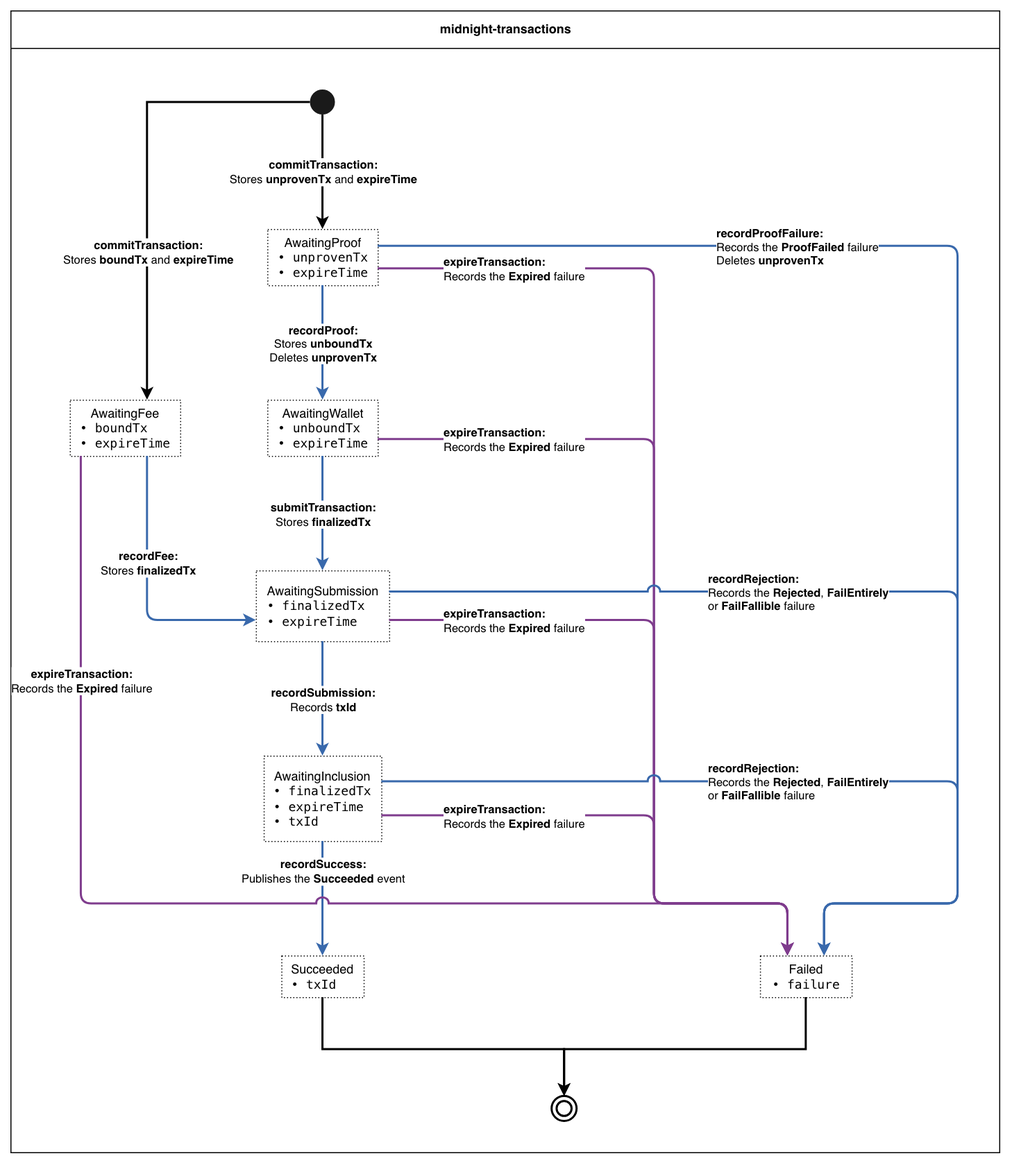
Above: docs/transaction-state-machine.drawio.png in sig-net/full-stack-demo (draw.io), before the change. Source tidied: cells renumbered, new cells last; positions are measured from the earlier drawing's top-left corner, leaving out a move shared by most shapes.
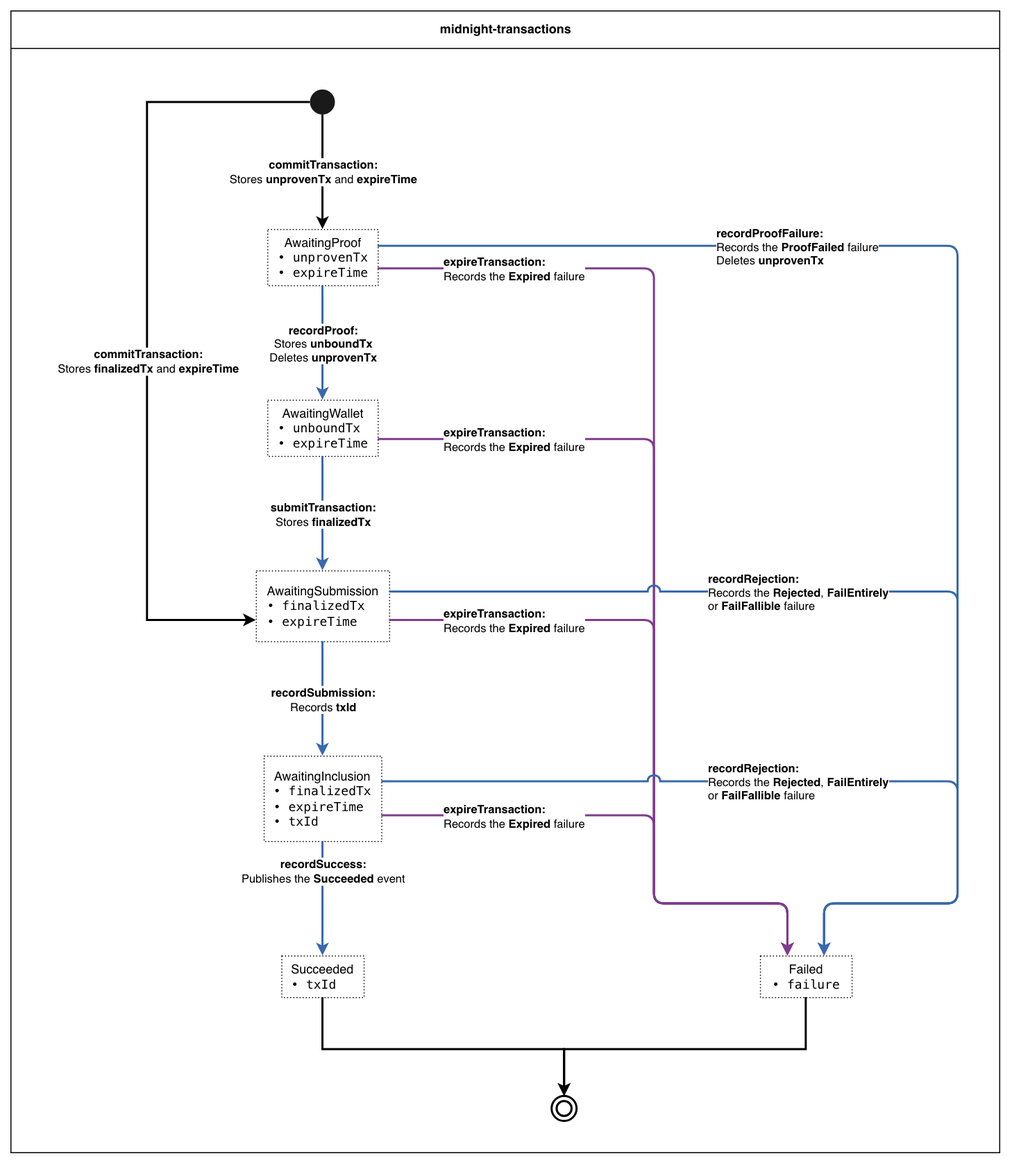
Above is the later version.

Diff of the diagram source:
```diff
@@ -17,9 +17,6 @@
     <mxCell id="6" value="AwaitingWallet&lt;div style=&quot;font-family: Menlo, Monaco, 'Courier New', monospace; font-size: 12px; text-align: left;&quot;&gt;• unboundTx&lt;br&gt;• expireTime&lt;/div&gt;" style="rounded=0;whiteSpace=wrap;html=1;fillColor=none;dashed=1;dashPattern=1 2;strokeColor=default;verticalAlign=middle;align=center;spacingLeft=8;spacingRight=8;spacingTop=6;spacingBottom=6;" parent="2" vertex="1">
       <mxGeometry x="246.7" y="374" width="106" height="54" as="geometry" />
     </mxCell>
-    <mxCell id="7" value="AwaitingFee&lt;div style=&quot;font-family: Menlo, Monaco, 'Courier New', monospace; font-size: 12px; text-align: left;&quot;&gt;• boundTx&lt;br&gt;• expireTime&lt;/div&gt;" style="rounded=0;whiteSpace=wrap;html=1;fillColor=none;dashed=1;dashPattern=1 2;strokeColor=default;verticalAlign=middle;align=center;spacingLeft=8;spacingRight=8;spacingTop=6;spacingBottom=6;" parent="2" vertex="1">
-      <mxGeometry x="57" y="374" width="106" height="54" as="geometry" />
-    </mxCell>
     <mxCell id="8" value="AwaitingSubmission&lt;div style=&quot;font-family: Menlo, Monaco, 'Courier New', monospace; font-size: 12px; text-align: left;&quot;&gt;• finalizedTx&lt;br&gt;• expireTime&lt;/div&gt;" style="rounded=0;whiteSpace=wrap;html=1;fillColor=none;dashed=1;dashPattern=1 2;strokeColor=default;verticalAlign=middle;align=center;spacingLeft=8;spacingRight=8;spacingTop=6;spacingBottom=6;" parent="2" vertex="1">
       <mxGeometry x="235.7" y="538" width="128" height="68" as="geometry" />
     </mxCell>
@@ -179,36 +176,16 @@
         </Array>
       </mxGeometry>
     </mxCell>
-    <mxCell id="39" style="html=1;rounded=0;strokeWidth=2;exitX=0;exitY=0.5;exitDx=0;exitDy=0;entryX=0.7;entryY=0;entryDx=0;entryDy=0;" parent="2" edge="1" source="4" target="7">
-      <mxGeometry relative="1" as="geometry">
-        <Array as="points">
-          <mxPoint x="131.2" y="88" />
-        </Array>
-      </mxGeometry>
-    </mxCell>
-    <mxCell id="40" value="&lt;b&gt;commitTransaction:&lt;/b&gt;&lt;br&gt;Stores &lt;b&gt;boundTx&lt;/b&gt; and &lt;b&gt;expireTime&lt;/b&gt;" style="edgeLabel;html=1;align=center;verticalAlign=middle;" parent="39" vertex="1">
-      <mxGeometry x="0.35" relative="1" as="geometry" />
-    </mxCell>
-    <mxCell id="41" style="html=1;strokeColor=#3969AC;rounded=1;arcSize=20;strokeWidth=2;exitX=0.7;exitY=1;exitDx=0;exitDy=0;entryX=0;entryY=0.7;entryDx=0;entryDy=0;" parent="2" edge="1" source="7" target="8">
-      <mxGeometry relative="1" as="geometry">
-        <Array as="points">
-          <mxPoint x="131.2" y="585.6" />
-        </Array>
-      </mxGeometry>
-    </mxCell>
-    <mxCell id="42" value="&lt;b&gt;recordFee:&lt;/b&gt;&lt;br&gt;Stores &lt;b&gt;finalizedTx&lt;/b&gt;" style="edgeLabel;html=1;align=center;verticalAlign=middle;" parent="41" vertex="1">
-      <mxGeometry x="-0.22" relative="1" as="geometry" />
-    </mxCell>
-    <mxCell id="43" style="html=1;strokeColor=#7F3C8D;rounded=1;arcSize=20;strokeWidth=2;jumpStyle=arc;jumpSize=10;exitX=0.1;exitY=1;exitDx=0;exitDy=0;entryX=0.3;entryY=0;entryDx=0;entryDy=0;" parent="2" edge="1" source="7" target="11">
-      <mxGeometry relative="1" as="geometry">
-        <Array as="points">
-          <mxPoint x="67.6" y="858" />
-          <mxPoint x="746.3" y="858" />
-        </Array>
-      </mxGeometry>
-    </mxCell>
-    <mxCell id="44" value="&lt;b&gt;expireTransaction:&lt;/b&gt;&lt;br&gt;Records the &lt;b&gt;Expired&lt;/b&gt; failure" style="edgeLabel;html=1;align=center;verticalAlign=middle;" parent="43" vertex="1">
-      <mxGeometry x="-0.63" relative="1" as="geometry" />
-    </mxCell>
+    <mxCell id="45" style="html=1;rounded=0;strokeWidth=2;exitX=0;exitY=0.5;exitDx=0;exitDy=0;entryX=0;entryY=0.7;entryDx=0;entryDy=0;" parent="2" edge="1" source="4" target="8">
+      <mxGeometry relative="1" as="geometry">
+        <Array as="points">
+          <mxPoint x="131.2" y="88" />
+          <mxPoint x="131.2" y="585.6" />
+        </Array>
+      </mxGeometry>
+    </mxCell>
+    <mxCell id="46" value="&lt;b&gt;commitTransaction:&lt;/b&gt;&lt;br&gt;Stores &lt;b&gt;finalizedTx&lt;/b&gt; and &lt;b&gt;expireTime&lt;/b&gt;" style="edgeLabel;html=1;align=center;verticalAlign=middle;" parent="45" vertex="1">
+      <mxGeometry x="0.07" relative="1" as="geometry" />
+    </mxCell>
   </root>
 </mxGraphModel>
```
